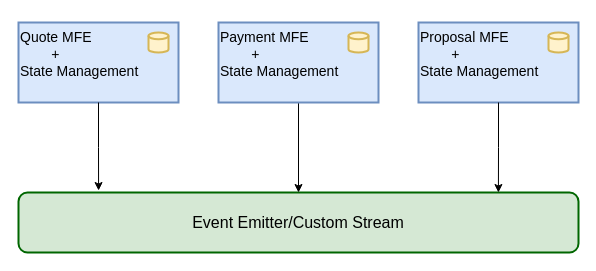
vnshtiwari/root-config keeps this draw.io diagram as page "Page-1" (1 of 3) of src/Untitled Diagram.drawio. Above is the earlier version. Source tidied: cells renumbered, new cells numbered last; positions are measured from the earlier drawing's top-left corner, leaving out a move shared by most shapes. Both pictures are drawn from the tidied source at 100%, with x=0, y=0 at pixel (18, 22).
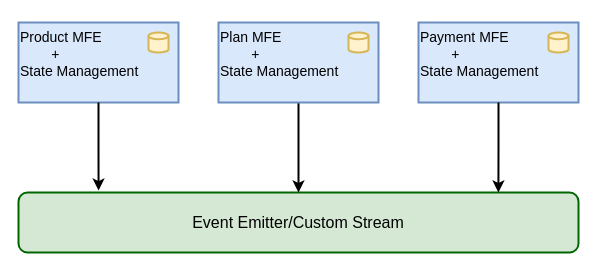
The same page after the edit.

What changed in the source:
```diff
@@
 <mxGraphModel>
   <root>
     <mxCell id="0" />
     <mxCell id="1" parent="0" />
     <mxCell id="2" value="&lt;font style=&quot;font-size: 16px;&quot;&gt;Event Emitter/Custom Stream&lt;/font&gt;" style="rounded=1;whiteSpace=wrap;html=1;fillColor=#d5e8d4;strokeColor=#006600;strokeWidth=2;" parent="1" vertex="1">
       <mxGeometry y="170" width="560" height="60" as="geometry" />
     </mxCell>
-    <mxCell id="3" value="&lt;p&gt;&lt;/p&gt;&lt;div style=&quot;&quot;&gt;&lt;span style=&quot;font-size: 14px; background-color: initial;&quot;&gt;Quote MFE&lt;/span&gt;&lt;/div&gt;&lt;font style=&quot;font-size: 14px;&quot;&gt;&lt;div style=&quot;&quot;&gt;&lt;span style=&quot;background-color: initial; white-space: pre;&quot;&gt;&#9;&lt;/span&gt;&lt;span style=&quot;background-color: initial;&quot;&gt;+&lt;/span&gt;&lt;/div&gt;&lt;div style=&quot;&quot;&gt;&lt;span style=&quot;background-color: initial;&quot;&gt;State Management&lt;/span&gt;&lt;/div&gt;&lt;/font&gt;&lt;p&gt;&lt;/p&gt;&lt;font style=&quot;&quot;&gt;&lt;div style=&quot;font-size: 14px;&quot;&gt;&lt;br&gt;&lt;/div&gt;&lt;/font&gt;" style="rounded=0;whiteSpace=wrap;html=1;strokeWidth=2;align=left;fillColor=#dae8fc;strokeColor=#6c8ebf;" parent="1" vertex="1">
+    <mxCell id="3" value="&lt;p&gt;&lt;/p&gt;&lt;div style=&quot;&quot;&gt;&lt;span style=&quot;font-size: 14px; background-color: initial;&quot;&gt;Product MFE&lt;/span&gt;&lt;/div&gt;&lt;font style=&quot;font-size: 14px;&quot;&gt;&lt;div style=&quot;&quot;&gt;&lt;span style=&quot;background-color: initial; white-space: pre;&quot;&gt;&#9;&lt;/span&gt;&lt;span style=&quot;background-color: initial;&quot;&gt;+&lt;/span&gt;&lt;/div&gt;&lt;div style=&quot;&quot;&gt;&lt;span style=&quot;background-color: initial;&quot;&gt;State Management&lt;/span&gt;&lt;/div&gt;&lt;/font&gt;&lt;p&gt;&lt;/p&gt;&lt;font style=&quot;&quot;&gt;&lt;div style=&quot;font-size: 14px;&quot;&gt;&lt;br&gt;&lt;/div&gt;&lt;/font&gt;" style="rounded=0;whiteSpace=wrap;html=1;strokeWidth=2;align=left;fillColor=#dae8fc;strokeColor=#6c8ebf;" parent="1" vertex="1">
       <mxGeometry width="160" height="80" as="geometry" />
     </mxCell>
     <mxCell id="4" style="strokeWidth=2;html=1;shape=mxgraph.flowchart.database;whiteSpace=wrap;fillColor=#fff2cc;strokeColor=#d6b656;" parent="1" vertex="1">
       <mxGeometry x="130" y="10" width="20" height="20" as="geometry" />
     </mxCell>
-    <mxCell id="5" style="edgeStyle=orthogonalEdgeStyle;rounded=0;jettySize=auto;html=1;entryX=0.5;entryY=0;entryDx=0;entryDy=0;" parent="1" edge="1" source="6" target="2">
+    <mxCell id="5" style="edgeStyle=orthogonalEdgeStyle;rounded=0;jettySize=auto;html=1;entryX=0.5;entryY=0;entryDx=0;entryDy=0;strokeWidth=2;" parent="1" edge="1" source="6" target="2">
       <mxGeometry relative="1" as="geometry" />
     </mxCell>
-    <mxCell id="6" value="&lt;p&gt;&lt;/p&gt;&lt;div style=&quot;&quot;&gt;&lt;span style=&quot;font-size: 14px; background-color: initial;&quot;&gt;Payment MFE&lt;/span&gt;&lt;/div&gt;&lt;font style=&quot;font-size: 14px;&quot;&gt;&lt;div style=&quot;&quot;&gt;&lt;span style=&quot;background-color: initial; white-space: pre;&quot;&gt;&#9;&lt;/span&gt;&lt;span style=&quot;background-color: initial;&quot;&gt;+&lt;/span&gt;&lt;/div&gt;&lt;div style=&quot;&quot;&gt;&lt;span style=&quot;background-color: initial;&quot;&gt;State Management&lt;/span&gt;&lt;/div&gt;&lt;/font&gt;&lt;p&gt;&lt;/p&gt;&lt;font style=&quot;&quot;&gt;&lt;div style=&quot;font-size: 14px;&quot;&gt;&lt;br&gt;&lt;/div&gt;&lt;/font&gt;" style="rounded=0;whiteSpace=wrap;html=1;strokeWidth=2;align=left;fillColor=#dae8fc;strokeColor=#6c8ebf;" parent="1" vertex="1">
+    <mxCell id="6" value="&lt;p&gt;&lt;/p&gt;&lt;div style=&quot;&quot;&gt;&lt;span style=&quot;font-size: 14px; background-color: initial;&quot;&gt;Plan MFE&lt;/span&gt;&lt;/div&gt;&lt;font style=&quot;font-size: 14px;&quot;&gt;&lt;div style=&quot;&quot;&gt;&lt;span style=&quot;background-color: initial; white-space: pre;&quot;&gt;&#9;&lt;/span&gt;&lt;span style=&quot;background-color: initial;&quot;&gt;+&lt;/span&gt;&lt;/div&gt;&lt;div style=&quot;&quot;&gt;&lt;span style=&quot;background-color: initial;&quot;&gt;State Management&lt;/span&gt;&lt;/div&gt;&lt;/font&gt;&lt;p&gt;&lt;/p&gt;&lt;font style=&quot;&quot;&gt;&lt;div style=&quot;font-size: 14px;&quot;&gt;&lt;br&gt;&lt;/div&gt;&lt;/font&gt;" style="rounded=0;whiteSpace=wrap;html=1;strokeWidth=2;align=left;fillColor=#dae8fc;strokeColor=#6c8ebf;" parent="1" vertex="1">
       <mxGeometry x="200" width="160" height="80" as="geometry" />
     </mxCell>
-    <mxCell id="7" value="&lt;p&gt;&lt;/p&gt;&lt;div style=&quot;&quot;&gt;&lt;span style=&quot;font-size: 14px; background-color: initial;&quot;&gt;Proposal MFE&lt;/span&gt;&lt;/div&gt;&lt;font style=&quot;font-size: 14px;&quot;&gt;&lt;div style=&quot;&quot;&gt;&lt;span style=&quot;background-color: initial; white-space: pre;&quot;&gt;&#9;&lt;/span&gt;&lt;span style=&quot;background-color: initial;&quot;&gt;+&lt;/span&gt;&lt;/div&gt;&lt;div style=&quot;&quot;&gt;&lt;span style=&quot;background-color: initial;&quot;&gt;State Management&lt;/span&gt;&lt;/div&gt;&lt;/font&gt;&lt;p&gt;&lt;/p&gt;&lt;font style=&quot;&quot;&gt;&lt;div style=&quot;font-size: 14px;&quot;&gt;&lt;br&gt;&lt;/div&gt;&lt;/font&gt;" style="rounded=0;whiteSpace=wrap;html=1;strokeWidth=2;align=left;fillColor=#dae8fc;strokeColor=#6c8ebf;" parent="1" vertex="1">
+    <mxCell id="7" value="&lt;p&gt;&lt;/p&gt;&lt;div style=&quot;&quot;&gt;&lt;span style=&quot;font-size: 14px; background-color: initial;&quot;&gt;Payment MFE&lt;/span&gt;&lt;/div&gt;&lt;font style=&quot;font-size: 14px;&quot;&gt;&lt;div style=&quot;&quot;&gt;&lt;span style=&quot;background-color: initial; white-space: pre;&quot;&gt;&#9;&lt;/span&gt;&lt;span style=&quot;background-color: initial;&quot;&gt;+&lt;/span&gt;&lt;/div&gt;&lt;div style=&quot;&quot;&gt;&lt;span style=&quot;background-color: initial;&quot;&gt;State Management&lt;/span&gt;&lt;/div&gt;&lt;/font&gt;&lt;p&gt;&lt;/p&gt;&lt;font style=&quot;&quot;&gt;&lt;div style=&quot;font-size: 14px;&quot;&gt;&lt;br&gt;&lt;/div&gt;&lt;/font&gt;" style="rounded=0;whiteSpace=wrap;html=1;strokeWidth=2;align=left;fillColor=#dae8fc;strokeColor=#6c8ebf;" parent="1" vertex="1">
       <mxGeometry x="400" width="160" height="80" as="geometry" />
     </mxCell>
     <mxCell id="8" style="strokeWidth=2;html=1;shape=mxgraph.flowchart.database;whiteSpace=wrap;fillColor=#fff2cc;strokeColor=#d6b656;" parent="1" vertex="1">
       <mxGeometry x="330" y="10" width="20" height="20" as="geometry" />
     </mxCell>
     <mxCell id="9" style="strokeWidth=2;html=1;shape=mxgraph.flowchart.database;whiteSpace=wrap;fillColor=#fff2cc;strokeColor=#d6b656;" parent="1" vertex="1">
       <mxGeometry x="530" y="10" width="20" height="20" as="geometry" />
     </mxCell>
-    <mxCell id="10" style="edgeStyle=orthogonalEdgeStyle;rounded=0;jettySize=auto;html=1;entryX=0.143;entryY=-0.033;entryDx=0;entryDy=0;entryPerimeter=0;" parent="1" edge="1" source="3" target="2">
+    <mxCell id="10" style="edgeStyle=orthogonalEdgeStyle;rounded=0;jettySize=auto;html=1;entryX=0.143;entryY=-0.033;entryDx=0;entryDy=0;entryPerimeter=0;strokeWidth=2;" parent="1" edge="1" source="3" target="2">
       <mxGeometry relative="1" as="geometry" />
     </mxCell>
-    <mxCell id="11" style="edgeStyle=orthogonalEdgeStyle;rounded=0;jettySize=auto;html=1;entryX=0.857;entryY=0;entryDx=0;entryDy=0;entryPerimeter=0;" parent="1" edge="1" source="7" target="2">
+    <mxCell id="11" style="edgeStyle=orthogonalEdgeStyle;rounded=0;jettySize=auto;html=1;entryX=0.857;entryY=0;entryDx=0;entryDy=0;entryPerimeter=0;strokeWidth=2;" parent="1" edge="1" source="7" target="2">
       <mxGeometry relative="1" as="geometry" />
     </mxCell>
   </root>
 </mxGraphModel>
```
